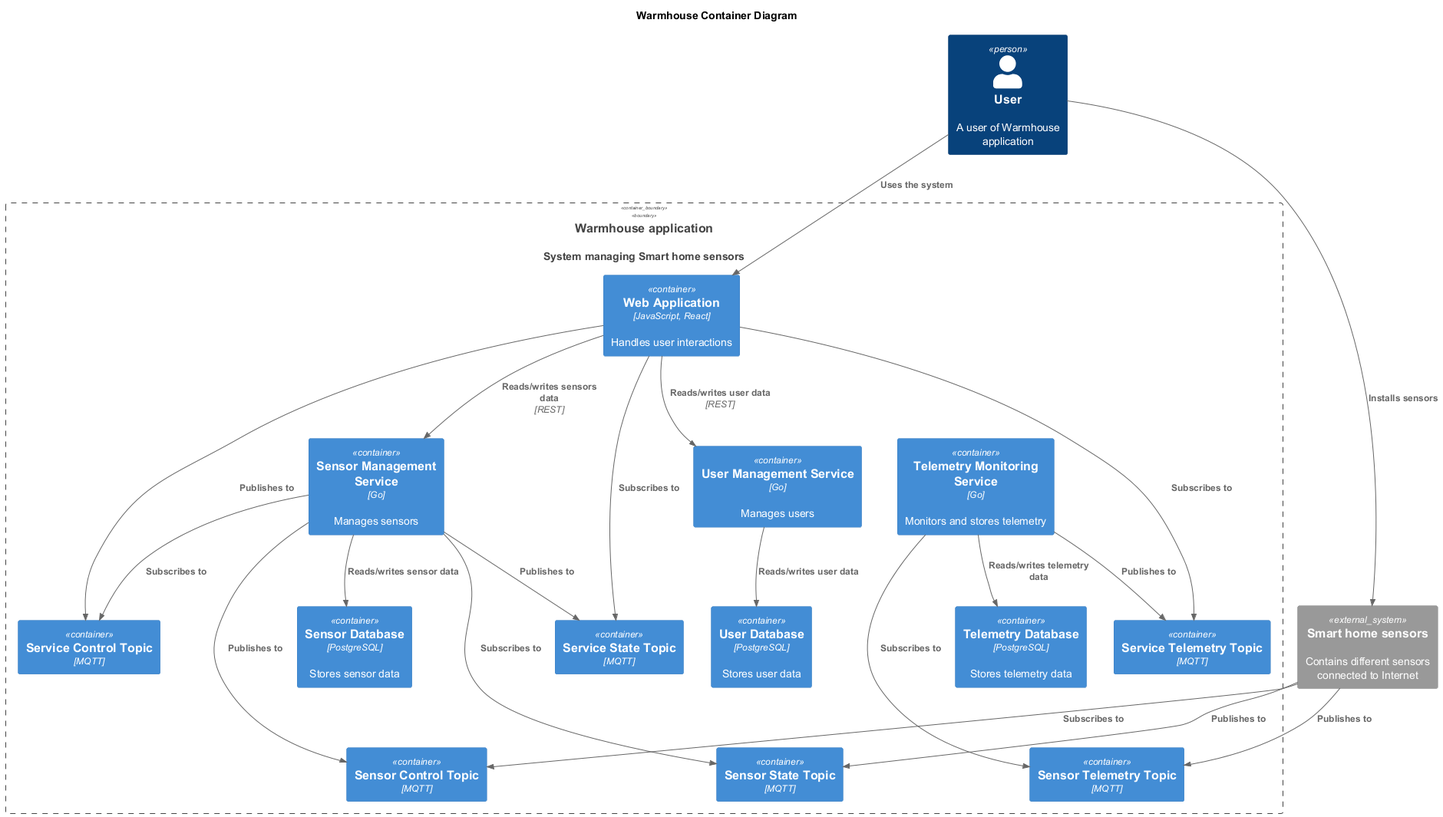
This is diagrams/container/containers.png from grafkozloff/arch-sprint1, a PlantUML export, as it was before one commit. Source of this version:
```plantuml
@startuml
title Warmhouse Container Diagram


!includeurl https://raw.githubusercontent.com/RicardoNiepel/C4-PlantUML/master/C4_Component.puml

Person(user, "User", "A user of Warmhouse application")
System(WarmhouseApp, "Warmhouse application", "System managing Smart home sensors")

Container_Boundary(WarmhouseApp, "Warmhouse application") {
  Container(WebApp, "Web Application", "JavaScript, React", "Handles user interactions")
  Container(UserService, "User Management Service", "Go", "Manages users")
  Container(SensorService, "Sensor Management Service", "Go", "Manages sensors")
  Container(TelemetryService, "Telemetry Monitoring Service", "Go", "Monitors and stores telemetry")
  Container(UserDatabase, "User Database", "PostgreSQL", "Stores user data")
  Container(SensorDatabase, "Sensor Database", "PostgreSQL", "Stores sensor data")
  Container(TelemetryDatabase, "Telemetry Database", "PostgreSQL", "Stores telemetry data")
  Container(SensorControlTopic, "Sensor Control Topic", "MQTT")
  Container(SensorStateTopic, "Sensor State Topic", "MQTT")
  Container(SensorTelemetryTopic, "Sensor Telemetry Topic", "MQTT")
  Container(ServiceControlTopic, "Service Control Topic", "MQTT")
  Container(ServiceStateTopic, "Service State Topic", "MQTT")
  Container(ServiceTelemetryTopic, "Service Telemetry Topic", "MQTT")
}

System_Ext(sensors, "Smart home sensors", "Contains different sensors connected to Internet")

Rel(user, WebApp, "Uses the system")
Rel(user, sensors, "Installs sensors")

Rel(WebApp, UserService, "Reads/writes user data", "REST")
Rel(WebApp, SensorService, "Reads/writes sensors data", "REST")
Rel(WebApp, ServiceControlTopic, "Publishes to")
Rel(WebApp, ServiceStateTopic, "Subscribes to")
Rel(WebApp, ServiceTelemetryTopic, "Subscribes to")

Rel(SensorService, ServiceControlTopic, "Subscribes to")
Rel(SensorService, ServiceStateTopic, "Publishes to")
Rel(TelemetryService, ServiceTelemetryTopic, "Publishes to")

Rel(UserService, UserDatabase, "Reads/writes user data")
Rel(SensorService, SensorDatabase, "Reads/writes sensor data")
Rel(TelemetryService, TelemetryDatabase, "Reads/writes telemetry data")

Rel(SensorService, SensorControlTopic, "Publishes to")
Rel(SensorService, SensorStateTopic, "Subscribes to")
Rel(TelemetryService, SensorTelemetryTopic, "Subscribes to")

Rel(sensors, SensorControlTopic, "Subscribes to")
Rel(sensors, SensorStateTopic, "Publishes to")
Rel(sensors, SensorTelemetryTopic, "Publishes to")

WebApp -[hidden]-> UserService
WebApp -[hidden]-> SensorService
WebApp -[hidden]-> TelemetryService
ServiceControlTopic -[hidden]-> SensorControlTopic
ServiceControlTopic -[hidden]-> SensorService
ServiceStateTopic -[hidden]-> SensorStateTopic
ServiceTelemetryTopic -[hidden]-> SensorTelemetryTopic
sensors -[hidden]-> SensorControlTopic
sensors -[hidden]-> SensorStateTopic
sensors -[hidden]-> SensorTelemetryTopic
@enduml
```
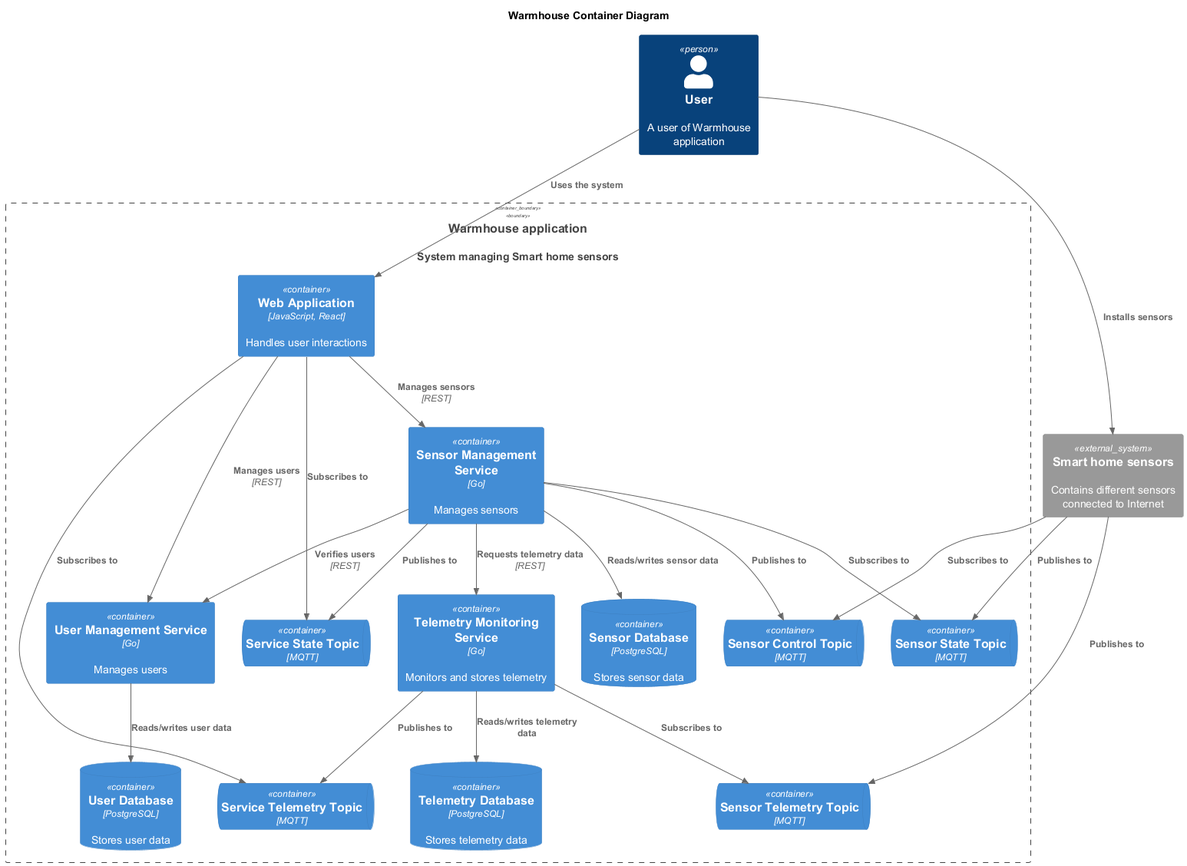
Later version of the same file.

Change to the diagram source:
```diff
@@ -1,6 +1,7 @@
 @startuml
 title Warmhouse Container Diagram
 
+top to bottom direction
 
 !includeurl https://raw.githubusercontent.com/RicardoNiepel/C4-PlantUML/master/C4_Component.puml
 
@@ -12,15 +13,14 @@
   Container(UserService, "User Management Service", "Go", "Manages users")
   Container(SensorService, "Sensor Management Service", "Go", "Manages sensors")
   Container(TelemetryService, "Telemetry Monitoring Service", "Go", "Monitors and stores telemetry")
-  Container(UserDatabase, "User Database", "PostgreSQL", "Stores user data")
-  Container(SensorDatabase, "Sensor Database", "PostgreSQL", "Stores sensor data")
-  Container(TelemetryDatabase, "Telemetry Database", "PostgreSQL", "Stores telemetry data")
-  Container(SensorControlTopic, "Sensor Control Topic", "MQTT")
-  Container(SensorStateTopic, "Sensor State Topic", "MQTT")
-  Container(SensorTelemetryTopic, "Sensor Telemetry Topic", "MQTT")
-  Container(ServiceControlTopic, "Service Control Topic", "MQTT")
-  Container(ServiceStateTopic, "Service State Topic", "MQTT")
-  Container(ServiceTelemetryTopic, "Service Telemetry Topic", "MQTT")
+  ContainerDb(UserDatabase, "User Database", "PostgreSQL", "Stores user data")
+  ContainerDb(SensorDatabase, "Sensor Database", "PostgreSQL", "Stores sensor data")
+  ContainerDb(TelemetryDatabase, "Telemetry Database", "PostgreSQL", "Stores telemetry data")
+  ContainerQueue(SensorControlTopic, "Sensor Control Topic", "MQTT")
+  ContainerQueue(SensorStateTopic, "Sensor State Topic", "MQTT")
+  ContainerQueue(SensorTelemetryTopic, "Sensor Telemetry Topic", "MQTT")
+  ContainerQueue(ServiceStateTopic, "Service State Topic", "MQTT")
+  ContainerQueue(ServiceTelemetryTopic, "Service Telemetry Topic", "MQTT")
 }
 
 System_Ext(sensors, "Smart home sensors", "Contains different sensors connected to Internet")
@@ -28,13 +28,13 @@
 Rel(user, WebApp, "Uses the system")
 Rel(user, sensors, "Installs sensors")
 
-Rel(WebApp, UserService, "Reads/writes user data", "REST")
-Rel(WebApp, SensorService, "Reads/writes sensors data", "REST")
-Rel(WebApp, ServiceControlTopic, "Publishes to")
+Rel(WebApp, UserService, "Manages users", "REST")
+Rel(WebApp, SensorService, "Manages sensors", "REST")
+Rel(SensorService, UserService, "Verifies users", "REST")
+Rel(SensorService, TelemetryService, "Requests telemetry data", "REST")
 Rel(WebApp, ServiceStateTopic, "Subscribes to")
 Rel(WebApp, ServiceTelemetryTopic, "Subscribes to")
 
-Rel(SensorService, ServiceControlTopic, "Subscribes to")
 Rel(SensorService, ServiceStateTopic, "Publishes to")
 Rel(TelemetryService, ServiceTelemetryTopic, "Publishes to")
 
@@ -49,15 +49,4 @@
 Rel(sensors, SensorControlTopic, "Subscribes to")
 Rel(sensors, SensorStateTopic, "Publishes to")
 Rel(sensors, SensorTelemetryTopic, "Publishes to")
-
-WebApp -[hidden]-> UserService
-WebApp -[hidden]-> SensorService
-WebApp -[hidden]-> TelemetryService
-ServiceControlTopic -[hidden]-> SensorControlTopic
-ServiceControlTopic -[hidden]-> SensorService
-ServiceStateTopic -[hidden]-> SensorStateTopic
-ServiceTelemetryTopic -[hidden]-> SensorTelemetryTopic
-sensors -[hidden]-> SensorControlTopic
-sensors -[hidden]-> SensorStateTopic
-sensors -[hidden]-> SensorTelemetryTopic
 @enduml
```
